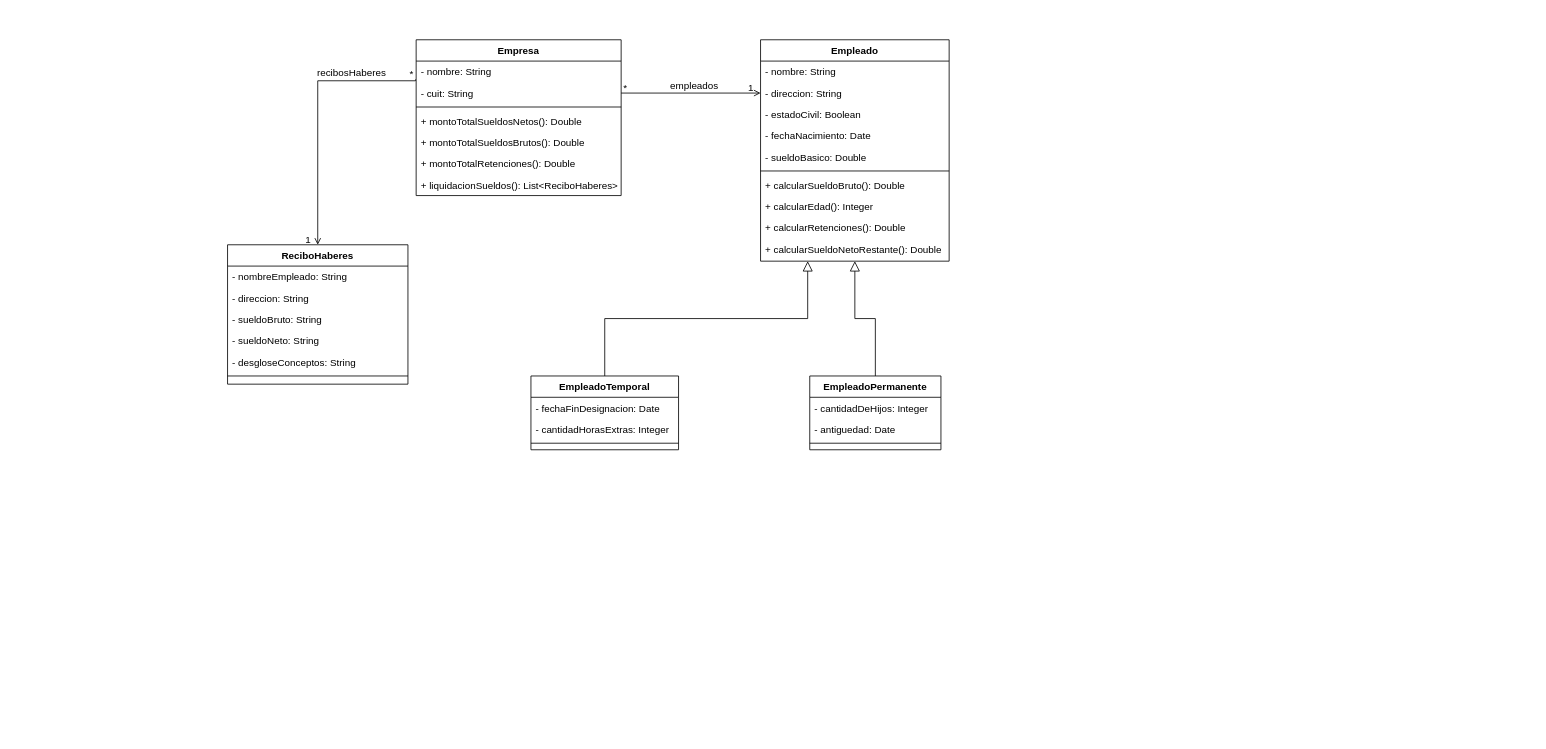
Above: TP02/UML.drawio in dkippes/Programacion-Orientada-Objetos-2 (draw.io), before the change. Source tidied: cells renumbered, new cells numbered last; positions are measured from the earlier drawing's top-left corner, leaving out a move shared by most shapes. Both pictures are drawn from the tidied source at 82%, with x=0, y=0 at pixel (227, 39).
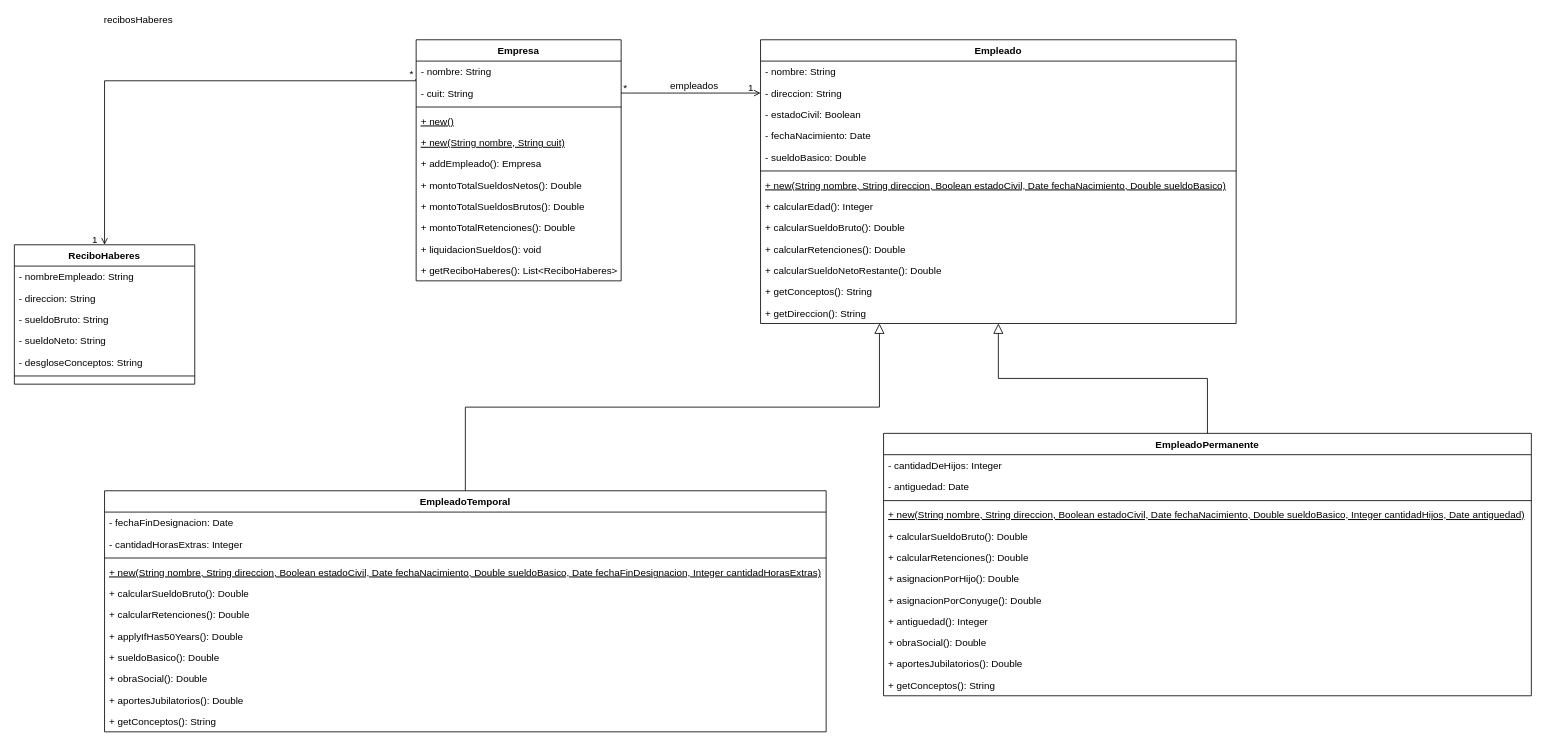
The same page after the edit.

What changed in the source:
```diff
@@
     <mxCell id="2" value="Empresa" style="swimlane;fontStyle=1;align=center;verticalAlign=top;horizontal=1;startSize=26;rounded=0;shadow=0;strokeWidth=1;" parent="1" vertex="1">
-      <mxGeometry x="230" width="250" height="190" as="geometry" />
+      <mxGeometry x="230" width="250" height="294" as="geometry" />
     </mxCell>
@@
+    <mxCell id="46" value="+ new()" style="text;align=left;verticalAlign=top;spacingLeft=4;spacingRight=4;overflow=hidden;fontStyle=4;" parent="2" vertex="1">
+      <mxGeometry y="86" width="250" height="26" as="geometry" />
+    </mxCell>
+    <mxCell id="47" value="+ new(String nombre, String cuit)" style="text;align=left;verticalAlign=top;spacingLeft=4;spacingRight=4;overflow=hidden;fontStyle=4;" parent="2" vertex="1">
+      <mxGeometry y="112" width="250" height="26" as="geometry" />
+    </mxCell>
+    <mxCell id="48" value="+ addEmpleado(): Empresa" style="text;align=left;verticalAlign=top;spacingLeft=4;spacingRight=4;overflow=hidden;" parent="2" vertex="1">
+      <mxGeometry y="138" width="250" height="26" as="geometry" />
+    </mxCell>
     <mxCell id="6" value="+ montoTotalSueldosNetos(): Double" style="text;align=left;verticalAlign=top;spacingLeft=4;spacingRight=4;overflow=hidden;" parent="2" vertex="1">
-      <mxGeometry y="86" width="250" height="26" as="geometry" />
+      <mxGeometry y="164" width="250" height="26" as="geometry" />
     </mxCell>
     <mxCell id="7" value="+ montoTotalSueldosBrutos(): Double" style="text;align=left;verticalAlign=top;spacingLeft=4;spacingRight=4;overflow=hidden;" parent="2" vertex="1">
-      <mxGeometry y="112" width="250" height="26" as="geometry" />
+      <mxGeometry y="190" width="250" height="26" as="geometry" />
     </mxCell>
     <mxCell id="8" value="+ montoTotalRetenciones(): Double" style="text;align=left;verticalAlign=top;spacingLeft=4;spacingRight=4;overflow=hidden;" parent="2" vertex="1">
-      <mxGeometry y="138" width="250" height="26" as="geometry" />
+      <mxGeometry y="216" width="250" height="26" as="geometry" />
     </mxCell>
-    <mxCell id="9" value="+ liquidacionSueldos(): List&lt;ReciboHaberes&gt;" style="text;align=left;verticalAlign=top;spacingLeft=4;spacingRight=4;overflow=hidden;" parent="2" vertex="1">
-      <mxGeometry y="164" width="250" height="26" as="geometry" />
+    <mxCell id="9" value="+ liquidacionSueldos(): void" style="text;align=left;verticalAlign=top;spacingLeft=4;spacingRight=4;overflow=hidden;" parent="2" vertex="1">
+      <mxGeometry y="242" width="250" height="26" as="geometry" />
     </mxCell>
+    <mxCell id="49" value="+ getReciboHaberes(): List&lt;ReciboHaberes&gt;" style="text;align=left;verticalAlign=top;spacingLeft=4;spacingRight=4;overflow=hidden;" parent="2" vertex="1">
+      <mxGeometry y="268" width="250" height="26" as="geometry" />
+    </mxCell>
     <mxCell id="10" value="Empleado" style="swimlane;fontStyle=1;align=center;verticalAlign=top;horizontal=1;startSize=26;rounded=0;shadow=0;strokeWidth=1;" parent="1" vertex="1">
-      <mxGeometry x="650" width="230" height="270" as="geometry" />
+      <mxGeometry x="650" width="580" height="346" as="geometry" />
     </mxCell>
     <mxCell id="11" value="- nombre: String" style="text;align=left;verticalAlign=top;spacingLeft=4;spacingRight=4;overflow=hidden;" parent="10" vertex="1">
-      <mxGeometry y="26" width="230" height="26" as="geometry" />
+      <mxGeometry y="26" width="580" height="26" as="geometry" />
     </mxCell>
     <mxCell id="12" value="- direccion: String" style="text;align=left;verticalAlign=top;spacingLeft=4;spacingRight=4;overflow=hidden;points=[[0,0.5],[1,0.5]];portConstraint=eastwest;rounded=0;shadow=0;html=0;" parent="10" vertex="1">
-      <mxGeometry y="52" width="230" height="26" as="geometry" />
+      <mxGeometry y="52" width="580" height="26" as="geometry" />
     </mxCell>
     <mxCell id="13" value="- estadoCivil: Boolean" style="text;align=left;verticalAlign=top;spacingLeft=4;spacingRight=4;overflow=hidden;rounded=0;shadow=0;html=0;" parent="10" vertex="1">
-      <mxGeometry y="78" width="230" height="26" as="geometry" />
+      <mxGeometry y="78" width="580" height="26" as="geometry" />
     </mxCell>
     <mxCell id="14" value="- fechaNacimiento: Date" style="text;align=left;verticalAlign=top;spacingLeft=4;spacingRight=4;overflow=hidden;rounded=0;shadow=0;html=0;" parent="10" vertex="1">
-      <mxGeometry y="104" width="230" height="26" as="geometry" />
+      <mxGeometry y="104" width="580" height="26" as="geometry" />
     </mxCell>
     <mxCell id="15" value="- sueldoBasico: Double" style="text;align=left;verticalAlign=top;spacingLeft=4;spacingRight=4;overflow=hidden;rounded=0;shadow=0;html=0;" parent="10" vertex="1">
-      <mxGeometry y="130" width="230" height="26" as="geometry" />
+      <mxGeometry y="130" width="580" height="26" as="geometry" />
     </mxCell>
     <mxCell id="16" style="line;html=1;strokeWidth=1;align=left;verticalAlign=middle;spacingTop=-1;spacingLeft=3;spacingRight=3;labelPosition=right;" parent="10" vertex="1">
-      <mxGeometry y="156" width="230" height="8" as="geometry" />
+      <mxGeometry y="156" width="580" height="8" as="geometry" />
     </mxCell>
+    <mxCell id="50" value="+ new(String nombre, String direccion, Boolean estadoCivil, Date fechaNacimiento, Double sueldoBasico)" style="text;align=left;verticalAlign=top;spacingLeft=4;spacingRight=4;overflow=hidden;fontStyle=4;" parent="10" vertex="1">
+      <mxGeometry y="164" width="580" height="26" as="geometry" />
+    </mxCell>
+    <mxCell id="18" value="+ calcularEdad(): Integer" style="text;align=left;verticalAlign=top;spacingLeft=4;spacingRight=4;overflow=hidden;" parent="10" vertex="1">
+      <mxGeometry y="190" width="580" height="26" as="geometry" />
+    </mxCell>
     <mxCell id="17" value="+ calcularSueldoBruto(): Double" style="text;align=left;verticalAlign=top;spacingLeft=4;spacingRight=4;overflow=hidden;" parent="10" vertex="1">
-      <mxGeometry y="164" width="230" height="26" as="geometry" />
+      <mxGeometry y="216" width="580" height="26" as="geometry" />
     </mxCell>
-    <mxCell id="18" value="+ calcularEdad(): Integer" style="text;align=left;verticalAlign=top;spacingLeft=4;spacingRight=4;overflow=hidden;" parent="10" vertex="1">
-      <mxGeometry y="190" width="230" height="26" as="geometry" />
-    </mxCell>
     <mxCell id="19" value="+ calcularRetenciones(): Double" style="text;align=left;verticalAlign=top;spacingLeft=4;spacingRight=4;overflow=hidden;" parent="10" vertex="1">
-      <mxGeometry y="216" width="230" height="26" as="geometry" />
+      <mxGeometry y="242" width="580" height="26" as="geometry" />
     </mxCell>
     <mxCell id="20" value="+ calcularSueldoNetoRestante(): Double" style="text;align=left;verticalAlign=top;spacingLeft=4;spacingRight=4;overflow=hidden;" parent="10" vertex="1">
-      <mxGeometry y="242" width="230" height="26" as="geometry" />
+      <mxGeometry y="268" width="580" height="26" as="geometry" />
     </mxCell>
+    <mxCell id="51" value="+ getConceptos(): String" style="text;align=left;verticalAlign=top;spacingLeft=4;spacingRight=4;overflow=hidden;" parent="10" vertex="1">
+      <mxGeometry y="294" width="580" height="26" as="geometry" />
+    </mxCell>
+    <mxCell id="52" value="+ getDireccion(): String" style="text;align=left;verticalAlign=top;spacingLeft=4;spacingRight=4;overflow=hidden;" parent="10" vertex="1">
+      <mxGeometry y="320" width="580" height="26" as="geometry" />
+    </mxCell>
@@
     <mxCell id="25" value="EmpleadoTemporal" style="swimlane;fontStyle=1;align=center;verticalAlign=top;horizontal=1;startSize=26;rounded=0;shadow=0;strokeWidth=1;" parent="1" vertex="1">
-      <mxGeometry x="370" y="410" width="180" height="90" as="geometry" />
+      <mxGeometry x="-150" y="550" width="880" height="294" as="geometry" />
     </mxCell>
     <mxCell id="26" value="- fechaFinDesignacion: Date" style="text;align=left;verticalAlign=top;spacingLeft=4;spacingRight=4;overflow=hidden;" parent="25" vertex="1">
-      <mxGeometry y="26" width="180" height="26" as="geometry" />
+      <mxGeometry y="26" width="880" height="26" as="geometry" />
     </mxCell>
     <mxCell id="27" value="- cantidadHorasExtras: Integer" style="text;align=left;verticalAlign=top;spacingLeft=4;spacingRight=4;overflow=hidden;rounded=0;shadow=0;html=0;" parent="25" vertex="1">
-      <mxGeometry y="52" width="180" height="26" as="geometry" />
+      <mxGeometry y="52" width="880" height="26" as="geometry" />
     </mxCell>
     <mxCell id="28" style="line;html=1;strokeWidth=1;align=left;verticalAlign=middle;spacingTop=-1;spacingLeft=3;spacingRight=3;labelPosition=right;" parent="25" vertex="1">
-      <mxGeometry y="78" width="180" height="8" as="geometry" />
+      <mxGeometry y="78" width="880" height="8" as="geometry" />
     </mxCell>
+    <mxCell id="53" value="+ new(String nombre, String direccion, Boolean estadoCivil, Date fechaNacimiento, Double sueldoBasico, Date fechaFinDesignacion, Integer cantidadHorasExtras)" style="text;align=left;verticalAlign=top;spacingLeft=4;spacingRight=4;overflow=hidden;rounded=0;shadow=0;html=0;fontStyle=4;" parent="25" vertex="1">
+      <mxGeometry y="86" width="880" height="26" as="geometry" />
+    </mxCell>
+    <mxCell id="54" value="+ calcularSueldoBruto(): Double" style="text;align=left;verticalAlign=top;spacingLeft=4;spacingRight=4;overflow=hidden;rounded=0;shadow=0;html=0;" parent="25" vertex="1">
+      <mxGeometry y="112" width="880" height="26" as="geometry" />
+    </mxCell>
+    <mxCell id="55" value="+ calcularRetenciones(): Double" style="text;align=left;verticalAlign=top;spacingLeft=4;spacingRight=4;overflow=hidden;rounded=0;shadow=0;html=0;" parent="25" vertex="1">
+      <mxGeometry y="138" width="880" height="26" as="geometry" />
+    </mxCell>
+    <mxCell id="56" value="+ applyIfHas50Years(): Double" style="text;align=left;verticalAlign=top;spacingLeft=4;spacingRight=4;overflow=hidden;rounded=0;shadow=0;html=0;" parent="25" vertex="1">
+      <mxGeometry y="164" width="880" height="26" as="geometry" />
+    </mxCell>
+    <mxCell id="57" value="+ sueldoBasico(): Double" style="text;align=left;verticalAlign=top;spacingLeft=4;spacingRight=4;overflow=hidden;rounded=0;shadow=0;html=0;" parent="25" vertex="1">
+      <mxGeometry y="190" width="880" height="26" as="geometry" />
+    </mxCell>
+    <mxCell id="58" value="+ obraSocial(): Double" style="text;align=left;verticalAlign=top;spacingLeft=4;spacingRight=4;overflow=hidden;rounded=0;shadow=0;html=0;" parent="25" vertex="1">
+      <mxGeometry y="216" width="880" height="26" as="geometry" />
+    </mxCell>
+    <mxCell id="59" value="+ aportesJubilatorios(): Double" style="text;align=left;verticalAlign=top;spacingLeft=4;spacingRight=4;overflow=hidden;rounded=0;shadow=0;html=0;" parent="25" vertex="1">
+      <mxGeometry y="242" width="880" height="26" as="geometry" />
+    </mxCell>
+    <mxCell id="60" value="+ getConceptos(): String" style="text;align=left;verticalAlign=top;spacingLeft=4;spacingRight=4;overflow=hidden;rounded=0;shadow=0;html=0;" parent="25" vertex="1">
+      <mxGeometry y="268" width="880" height="26" as="geometry" />
+    </mxCell>
     <mxCell id="29" value="EmpleadoPermanente" style="swimlane;fontStyle=1;align=center;verticalAlign=top;horizontal=1;startSize=26;rounded=0;shadow=0;strokeWidth=1;" parent="1" vertex="1">
-      <mxGeometry x="710" y="410" width="160" height="90" as="geometry" />
+      <mxGeometry x="800" y="480" width="790" height="320" as="geometry" />
     </mxCell>
     <mxCell id="30" value="- cantidadDeHijos: Integer" style="text;align=left;verticalAlign=top;spacingLeft=4;spacingRight=4;overflow=hidden;" parent="29" vertex="1">
-      <mxGeometry y="26" width="160" height="26" as="geometry" />
+      <mxGeometry y="26" width="790" height="26" as="geometry" />
     </mxCell>
     <mxCell id="31" value="- antiguedad: Date" style="text;align=left;verticalAlign=top;spacingLeft=4;spacingRight=4;overflow=hidden;rounded=0;shadow=0;html=0;" parent="29" vertex="1">
-      <mxGeometry y="52" width="160" height="26" as="geometry" />
+      <mxGeometry y="52" width="790" height="26" as="geometry" />
     </mxCell>
     <mxCell id="32" style="line;html=1;strokeWidth=1;align=left;verticalAlign=middle;spacingTop=-1;spacingLeft=3;spacingRight=3;labelPosition=right;" parent="29" vertex="1">
-      <mxGeometry y="78" width="160" height="8" as="geometry" />
+      <mxGeometry y="78" width="790" height="8" as="geometry" />
     </mxCell>
+    <mxCell id="61" value="+ new(String nombre, String direccion, Boolean estadoCivil, Date fechaNacimiento, Double sueldoBasico, Integer cantidadHijos, Date antiguedad)" style="text;align=left;verticalAlign=top;spacingLeft=4;spacingRight=4;overflow=hidden;rounded=0;shadow=0;html=0;fontStyle=4;" parent="29" vertex="1">
+      <mxGeometry y="86" width="790" height="26" as="geometry" />
+    </mxCell>
+    <mxCell id="62" value="+ calcularSueldoBruto(): Double" style="text;align=left;verticalAlign=top;spacingLeft=4;spacingRight=4;overflow=hidden;rounded=0;shadow=0;html=0;fontStyle=0;" parent="29" vertex="1">
+      <mxGeometry y="112" width="790" height="26" as="geometry" />
+    </mxCell>
+    <mxCell id="63" value="+ calcularRetenciones(): Double" style="text;align=left;verticalAlign=top;spacingLeft=4;spacingRight=4;overflow=hidden;rounded=0;shadow=0;html=0;fontStyle=0;" parent="29" vertex="1">
+      <mxGeometry y="138" width="790" height="26" as="geometry" />
+    </mxCell>
+    <mxCell id="64" value="+ asignacionPorHijo(): Double" style="text;align=left;verticalAlign=top;spacingLeft=4;spacingRight=4;overflow=hidden;rounded=0;shadow=0;html=0;fontStyle=0;" parent="29" vertex="1">
+      <mxGeometry y="164" width="790" height="26" as="geometry" />
+    </mxCell>
+    <mxCell id="65" value="+ asignacionPorConyuge(): Double" style="text;align=left;verticalAlign=top;spacingLeft=4;spacingRight=4;overflow=hidden;rounded=0;shadow=0;html=0;fontStyle=0;" parent="29" vertex="1">
+      <mxGeometry y="190" width="790" height="26" as="geometry" />
+    </mxCell>
+    <mxCell id="66" value="+ antiguedad(): Integer" style="text;align=left;verticalAlign=top;spacingLeft=4;spacingRight=4;overflow=hidden;rounded=0;shadow=0;html=0;fontStyle=0;" parent="29" vertex="1">
+      <mxGeometry y="216" width="790" height="26" as="geometry" />
+    </mxCell>
+    <mxCell id="67" value="+ obraSocial(): Double" style="text;align=left;verticalAlign=top;spacingLeft=4;spacingRight=4;overflow=hidden;rounded=0;shadow=0;html=0;fontStyle=0;" parent="29" vertex="1">
+      <mxGeometry y="242" width="790" height="26" as="geometry" />
+    </mxCell>
+    <mxCell id="68" value="+ aportesJubilatorios(): Double" style="text;align=left;verticalAlign=top;spacingLeft=4;spacingRight=4;overflow=hidden;rounded=0;shadow=0;html=0;fontStyle=0;" parent="29" vertex="1">
+      <mxGeometry y="268" width="790" height="26" as="geometry" />
+    </mxCell>
+    <mxCell id="69" value="+ getConceptos(): String" style="text;align=left;verticalAlign=top;spacingLeft=4;spacingRight=4;overflow=hidden;rounded=0;shadow=0;html=0;fontStyle=0;" parent="29" vertex="1">
+      <mxGeometry y="294" width="790" height="26" as="geometry" />
+    </mxCell>
@@
     <mxCell id="35" value="ReciboHaberes" style="swimlane;fontStyle=1;align=center;verticalAlign=top;horizontal=1;startSize=26;rounded=0;shadow=0;strokeWidth=1;" parent="1" vertex="1">
-      <mxGeometry y="250" width="220" height="170" as="geometry" />
+      <mxGeometry x="-260" y="250" width="220" height="170" as="geometry" />
     </mxCell>
```
